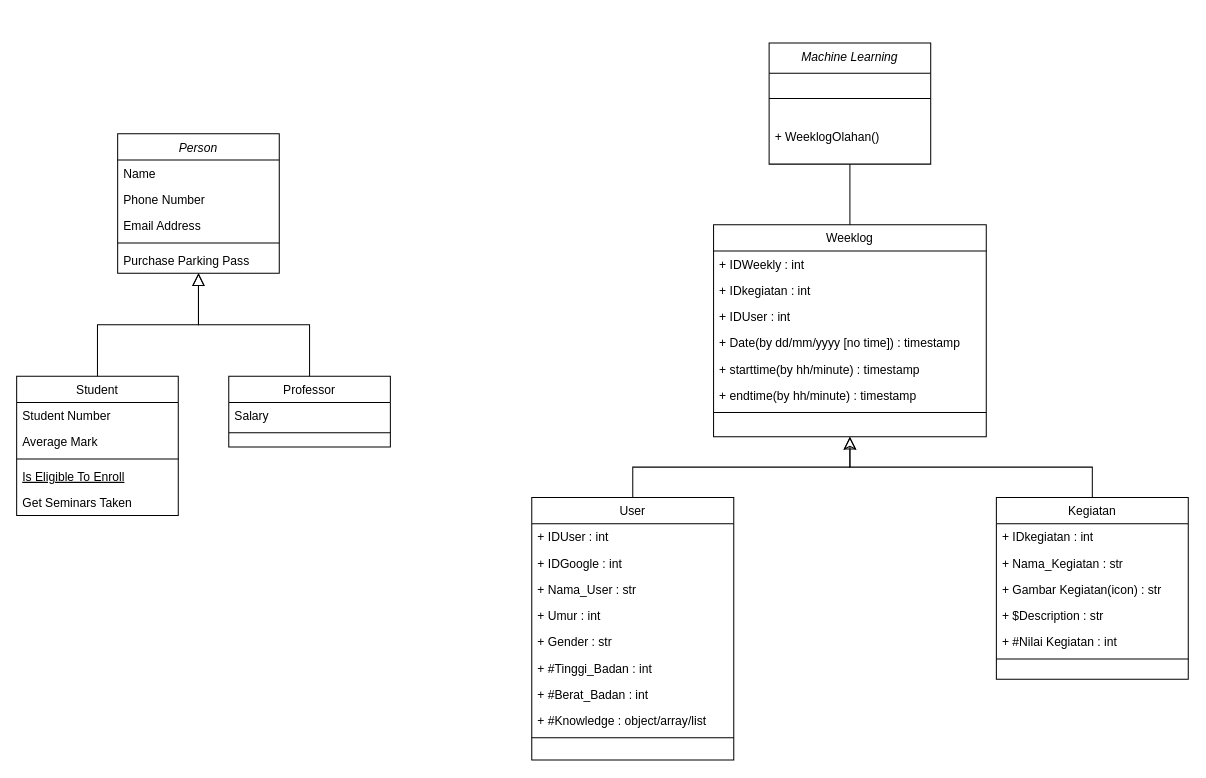
This is database.drawio from CAPSTONE-CH2-PS008/Database, a draw.io file, before an edit. Source tidied: cells renumbered, new cells numbered last; positions are measured from the earlier drawing's top-left corner, leaving out a move shared by most shapes. Both pictures are drawn from the tidied source at 101%, with x=0, y=0 at pixel (16, 42).
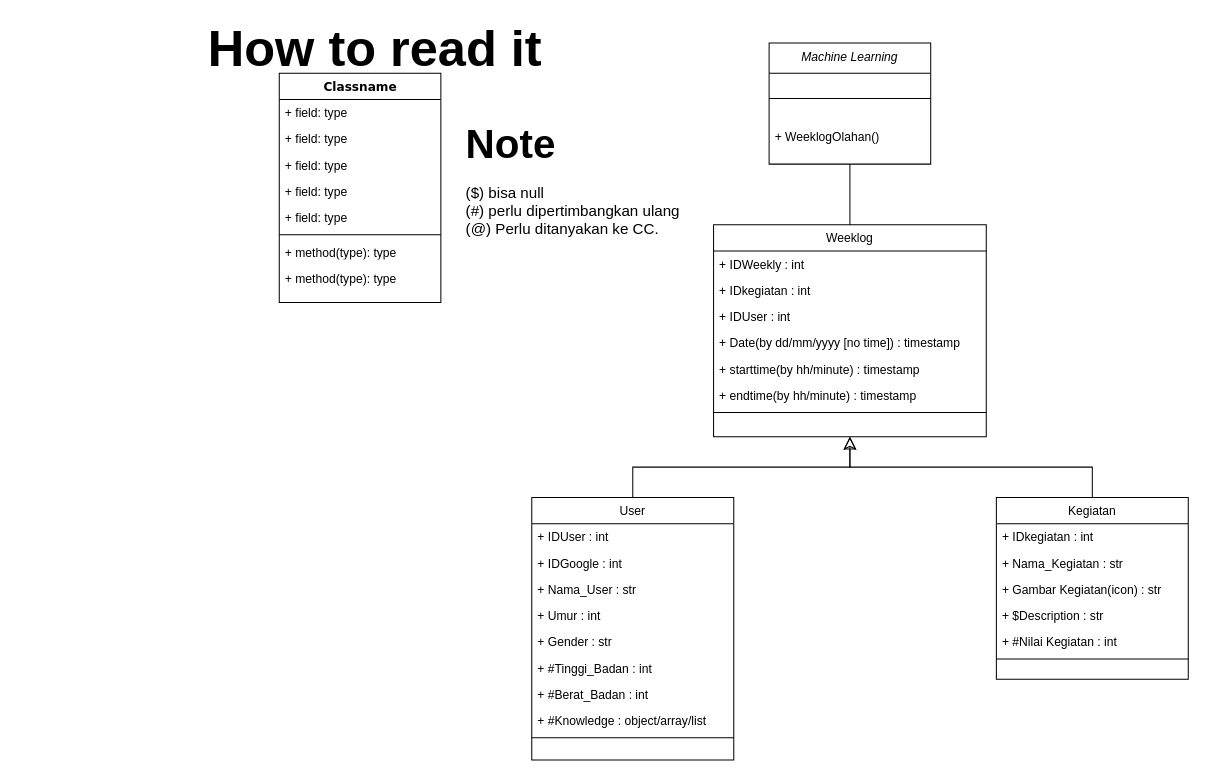
The same diagram, later.

The change refers to these unchanged cells:
```xml
<mxCell id="39" value="Weeklog" style="swimlane;fontStyle=0;align=center;verticalAlign=top;horizontal=1;startSize=26;rounded=0;shadow=0;strokeWidth=1;" parent="1" vertex="1">
  <mxGeometry x="690" y="180" width="270" height="210" as="geometry" />
</mxCell>
<mxCell id="47" value="Machine Learning" style="swimlane;fontStyle=2;align=center;verticalAlign=top;horizontal=1;startSize=30;rounded=0;shadow=0;strokeWidth=1;" parent="1" vertex="1">
  <mxGeometry x="745" width="160" height="120" as="geometry" />
</mxCell>
```

Diff of the diagram source:
```diff
@@
-    <mxCell id="2" value="Person" style="swimlane;fontStyle=2;align=center;verticalAlign=top;horizontal=1;startSize=26;rounded=0;shadow=0;strokeWidth=1;" parent="1" vertex="1">
-      <mxGeometry x="100" y="90" width="160" height="138" as="geometry" />
-    </mxCell>
-    <mxCell id="3" value="Name" style="text;align=left;verticalAlign=top;spacingLeft=4;spacingRight=4;overflow=hidden;" parent="2" vertex="1">
-      <mxGeometry y="26" width="160" height="26" as="geometry" />
-    </mxCell>
-    <mxCell id="4" value="Phone Number" style="text;align=left;verticalAlign=top;spacingLeft=4;spacingRight=4;overflow=hidden;rounded=0;shadow=0;html=0;" parent="2" vertex="1">
-      <mxGeometry y="52" width="160" height="26" as="geometry" />
-    </mxCell>
-    <mxCell id="5" value="Email Address" style="text;align=left;verticalAlign=top;spacingLeft=4;spacingRight=4;overflow=hidden;rounded=0;shadow=0;html=0;" parent="2" vertex="1">
-      <mxGeometry y="78" width="160" height="26" as="geometry" />
-    </mxCell>
-    <mxCell id="6" style="line;html=1;strokeWidth=1;align=left;verticalAlign=middle;spacingTop=-1;spacingLeft=3;spacingRight=3;labelPosition=right;" parent="2" vertex="1">
-      <mxGeometry y="104" width="160" height="8" as="geometry" />
-    </mxCell>
-    <mxCell id="7" value="Purchase Parking Pass" style="text;align=left;verticalAlign=top;spacingLeft=4;spacingRight=4;overflow=hidden;" parent="2" vertex="1">
-      <mxGeometry y="112" width="160" height="26" as="geometry" />
-    </mxCell>
-    <mxCell id="8" value="Student" style="swimlane;fontStyle=0;align=center;verticalAlign=top;horizontal=1;startSize=26;rounded=0;shadow=0;strokeWidth=1;" parent="1" vertex="1">
-      <mxGeometry y="330" width="160" height="138" as="geometry" />
-    </mxCell>
-    <mxCell id="9" value="Student Number" style="text;align=left;verticalAlign=top;spacingLeft=4;spacingRight=4;overflow=hidden;" parent="8" vertex="1">
-      <mxGeometry y="26" width="160" height="26" as="geometry" />
-    </mxCell>
-    <mxCell id="10" value="Average Mark" style="text;align=left;verticalAlign=top;spacingLeft=4;spacingRight=4;overflow=hidden;rounded=0;shadow=0;html=0;" parent="8" vertex="1">
-      <mxGeometry y="52" width="160" height="26" as="geometry" />
-    </mxCell>
-    <mxCell id="11" style="line;html=1;strokeWidth=1;align=left;verticalAlign=middle;spacingTop=-1;spacingLeft=3;spacingRight=3;labelPosition=right;" parent="8" vertex="1">
-      <mxGeometry y="78" width="160" height="8" as="geometry" />
-    </mxCell>
-    <mxCell id="12" value="Is Eligible To Enroll" style="text;align=left;verticalAlign=top;spacingLeft=4;spacingRight=4;overflow=hidden;fontStyle=4;" parent="8" vertex="1">
-      <mxGeometry y="86" width="160" height="26" as="geometry" />
-    </mxCell>
-    <mxCell id="13" value="Get Seminars Taken" style="text;align=left;verticalAlign=top;spacingLeft=4;spacingRight=4;overflow=hidden;" parent="8" vertex="1">
-      <mxGeometry y="112" width="160" height="26" as="geometry" />
-    </mxCell>
-    <mxCell id="14" style="endArrow=block;endSize=10;endFill=0;shadow=0;strokeWidth=1;rounded=0;edgeStyle=elbowEdgeStyle;elbow=vertical;" parent="1" edge="1" source="8" target="2">
-      <mxGeometry relative="1" as="geometry" />
-    </mxCell>
-    <mxCell id="15" value="Professor" style="swimlane;fontStyle=0;align=center;verticalAlign=top;horizontal=1;startSize=26;rounded=0;shadow=0;strokeWidth=1;" parent="1" vertex="1">
-      <mxGeometry x="210" y="330" width="160" height="70" as="geometry" />
-    </mxCell>
-    <mxCell id="16" value="Salary" style="text;align=left;verticalAlign=top;spacingLeft=4;spacingRight=4;overflow=hidden;" parent="15" vertex="1">
-      <mxGeometry y="26" width="160" height="26" as="geometry" />
-    </mxCell>
-    <mxCell id="17" style="line;html=1;strokeWidth=1;align=left;verticalAlign=middle;spacingTop=-1;spacingLeft=3;spacingRight=3;labelPosition=right;" parent="15" vertex="1">
-      <mxGeometry y="52" width="160" height="8" as="geometry" />
-    </mxCell>
-    <mxCell id="18" style="endArrow=block;endSize=10;endFill=0;shadow=0;strokeWidth=1;rounded=0;edgeStyle=elbowEdgeStyle;elbow=vertical;" parent="1" edge="1" source="15" target="2">
-      <mxGeometry relative="1" as="geometry" />
-    </mxCell>
@@
-    <mxCell id="38" style="edgeStyle=orthogonalEdgeStyle;rounded=0;jettySize=auto;html=1;exitX=0.5;exitY=0;exitDx=0;exitDy=0;entryX=0.5;entryY=1;entryDx=0;entryDy=0;strokeColor=none;" parent="1" edge="1" source="39" target="47">
-      <mxGeometry relative="1" as="geometry" />
-    </mxCell>
+    <mxCell id="51" style="edgeStyle=orthogonalEdgeStyle;rounded=0;jettySize=auto;html=1;exitX=0.5;exitY=0;exitDx=0;exitDy=0;entryX=0.5;entryY=1;entryDx=0;entryDy=0;strokeColor=none;" parent="1" edge="1" source="39" target="47">
+      <mxGeometry relative="1" as="geometry" />
+    </mxCell>
@@
-    <mxCell id="50" style="endArrow=none;html=1;rounded=0;entryX=0.5;entryY=1;entryDx=0;entryDy=0;exitX=0.5;exitY=0;exitDx=0;exitDy=0;" parent="1" edge="1" source="39" target="47">
-      <mxGeometry relative="1" as="geometry" />
-    </mxCell>
+    <mxCell id="52" style="endArrow=none;html=1;rounded=0;entryX=0.5;entryY=1;entryDx=0;entryDy=0;exitX=0.5;exitY=0;exitDx=0;exitDy=0;" parent="1" edge="1" source="39" target="47">
+      <mxGeometry relative="1" as="geometry" />
+    </mxCell>
+    <mxCell id="53" value="Classname" style="swimlane;html=1;fontStyle=1;align=center;verticalAlign=top;horizontal=1;startSize=26;swimlaneFillColor=#ffffff;rounded=0;shadow=0;comic=0;labelBackgroundColor=none;strokeWidth=1;fillColor=none;fontFamily=Verdana;fontSize=12;" parent="1" vertex="1">
+      <mxGeometry x="260" y="30" width="160" height="227" as="geometry" />
+    </mxCell>
+    <mxCell id="54" value="+ field: type" style="text;html=1;strokeColor=none;fillColor=none;align=left;verticalAlign=top;spacingLeft=4;spacingRight=4;whiteSpace=wrap;overflow=hidden;" parent="53" vertex="1">
+      <mxGeometry y="26" width="160" height="26" as="geometry" />
+    </mxCell>
+    <mxCell id="55" value="+ field: type" style="text;html=1;strokeColor=none;fillColor=none;align=left;verticalAlign=top;spacingLeft=4;spacingRight=4;whiteSpace=wrap;overflow=hidden;" parent="53" vertex="1">
+      <mxGeometry y="52" width="160" height="26" as="geometry" />
+    </mxCell>
+    <mxCell id="56" value="+ field: type" style="text;html=1;strokeColor=none;fillColor=none;align=left;verticalAlign=top;spacingLeft=4;spacingRight=4;whiteSpace=wrap;overflow=hidden;" parent="53" vertex="1">
+      <mxGeometry y="78" width="160" height="26" as="geometry" />
+    </mxCell>
+    <mxCell id="57" value="+ field: type" style="text;html=1;strokeColor=none;fillColor=none;align=left;verticalAlign=top;spacingLeft=4;spacingRight=4;whiteSpace=wrap;overflow=hidden;" parent="53" vertex="1">
+      <mxGeometry y="104" width="160" height="26" as="geometry" />
+    </mxCell>
+    <mxCell id="58" value="+ field: type" style="text;html=1;strokeColor=none;fillColor=none;align=left;verticalAlign=top;spacingLeft=4;spacingRight=4;whiteSpace=wrap;overflow=hidden;" parent="53" vertex="1">
+      <mxGeometry y="130" width="160" height="26" as="geometry" />
+    </mxCell>
+    <mxCell id="59" style="line;html=1;strokeWidth=1;fillColor=none;align=left;verticalAlign=middle;spacingTop=-1;spacingLeft=3;spacingRight=3;labelPosition=right;" parent="53" vertex="1">
+      <mxGeometry y="156" width="160" height="8" as="geometry" />
+    </mxCell>
+    <mxCell id="60" value="+ method(type): type" style="text;html=1;strokeColor=none;fillColor=none;align=left;verticalAlign=top;spacingLeft=4;spacingRight=4;whiteSpace=wrap;overflow=hidden;" parent="53" vertex="1">
+      <mxGeometry y="164" width="160" height="26" as="geometry" />
+    </mxCell>
+    <mxCell id="61" value="+ method(type): type" style="text;html=1;strokeColor=none;fillColor=none;align=left;verticalAlign=top;spacingLeft=4;spacingRight=4;whiteSpace=wrap;overflow=hidden;" parent="53" vertex="1">
+      <mxGeometry y="190" width="160" height="26" as="geometry" />
+    </mxCell>
+    <mxCell id="62" value="How to read it" style="text;html=1;strokeColor=none;fillColor=none;align=center;verticalAlign=middle;whiteSpace=wrap;rounded=0;fontSize=50;fontStyle=1;" parent="1" vertex="1">
+      <mxGeometry x="180" y="-10" width="350" height="30" as="geometry" />
+    </mxCell>
+    <mxCell id="63" value="&lt;h1 style=&quot;&quot;&gt;&lt;font style=&quot;font-size: 40px;&quot;&gt;Note&lt;/font&gt;&lt;/h1&gt;&lt;p style=&quot;font-size: 15px;&quot;&gt;&lt;font style=&quot;font-size: 15px;&quot;&gt;($) bisa null&lt;br&gt;(#) perlu dipertimbangkan ulang&lt;br&gt;(@) Perlu ditanyakan ke CC.&lt;/font&gt;&lt;/p&gt;" style="text;html=1;strokeColor=none;fillColor=none;spacing=5;spacingTop=-20;whiteSpace=wrap;overflow=hidden;rounded=0;" parent="1" vertex="1">
+      <mxGeometry x="440" y="70" width="230" height="133" as="geometry" />
+    </mxCell>
```
